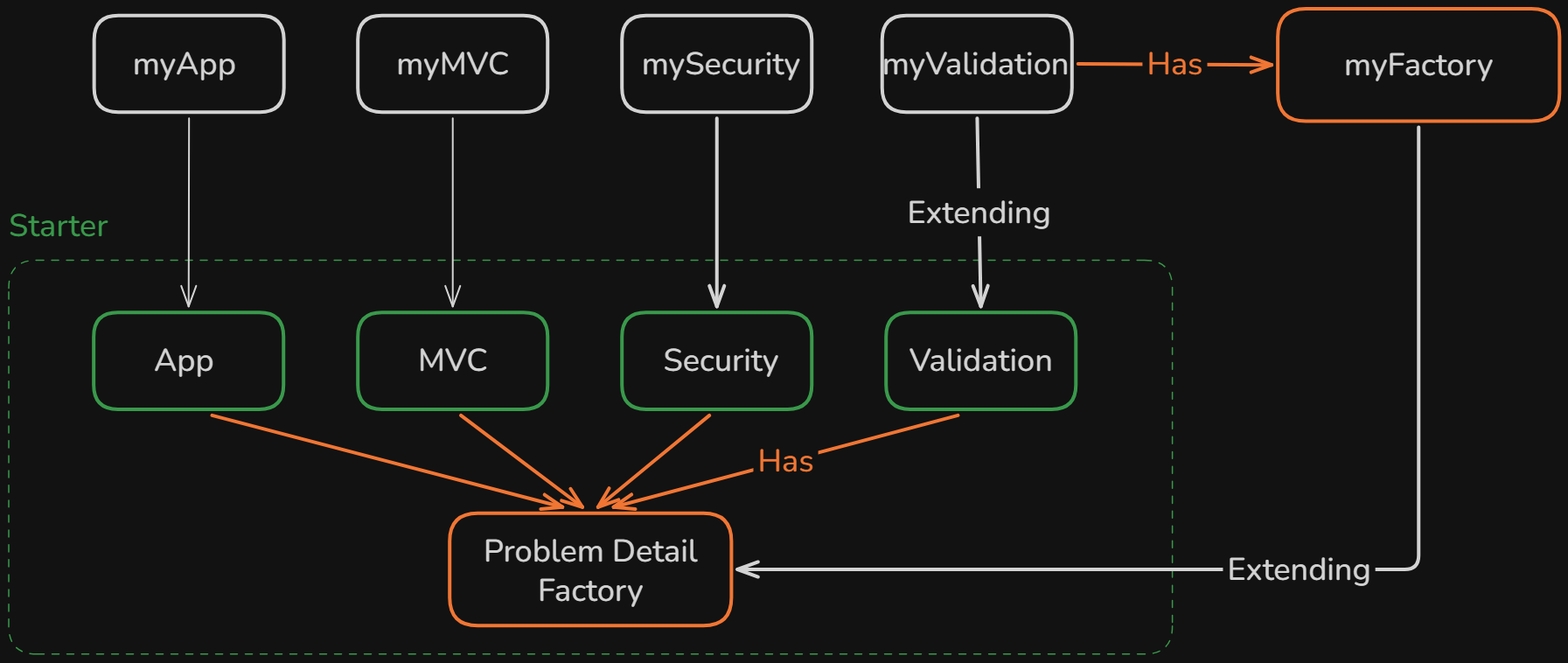
Earlier version of the Excalidraw export docs/starter-arch.excalidraw.png (Khinya-Khinev/Exception-Handling-Spring-Boot-Starter). Source tidied: one line per element, renumbered; positions are measured from the earlier drawing's top-left corner, leaving out a move shared by most shapes.
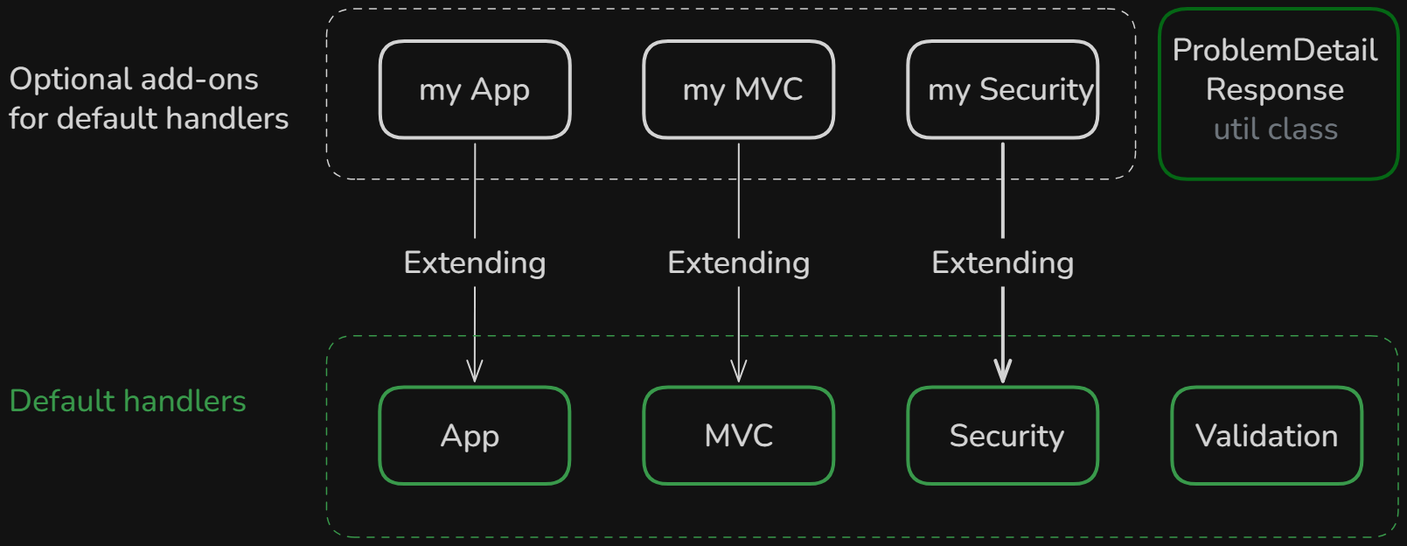
The same diagram one commit later.

Diff of the diagram source:
```diff
@@ -6,31 +6,22 @@
 {"id": 5, "type": "text", "text": "Validation", "strokeColor": "#1e1e1e", "strokeWidth": 4, "roughness": 0, "fontSize": 36, "fontFamily": 6, "x": 1030, "y": 380, "width": 164, "height": 45}
 {"id": 6, "type": "rectangle", "strokeColor": "#2f9e44", "strokeWidth": 4, "roughness": 0, "round": true, "x": 97, "y": 347, "width": 217, "height": 111}
 {"id": 7, "type": "text", "text": "App", "strokeColor": "#1e1e1e", "strokeWidth": 4, "roughness": 0, "fontSize": 36, "fontFamily": 6, "x": 166, "y": 380, "width": 69, "height": 45}
-{"id": 8, "type": "rectangle", "strokeColor": "#e8590c", "strokeWidth": 4, "roughness": 0, "round": true, "x": 504, "y": 577, "width": 322, "height": 128}
+{"id": 8, "type": "rectangle", "strokeColor": "#69db7c", "strokeWidth": 4, "roughness": 0, "round": true, "x": 989, "y": -85, "width": 273, "height": 195}
-{"id": 9, "type": "text", "text": "Problem Detail\nFactory", "strokeColor": "#1e1e1e", "strokeWidth": 4, "roughness": 0, "fontSize": 36, "fontFamily": 6, "textAlign": "center", "x": 543, "y": 597, "width": 245, "height": 90}
+{"id": 9, "type": "text", "text": "ProblemDetail\nResponse", "strokeColor": "#1e1e1e", "strokeWidth": 4, "roughness": 0, "fontSize": 36, "fontFamily": 6, "textAlign": "center", "x": 1003, "y": -60, "width": 235, "height": 90}
-{"id": 10, "type": "rectangle", "strokeColor": "#2f9e44", "strokeWidth": 1, "strokeStyle": "dashed", "roughness": 0, "round": true, "x": 0, "y": 287, "width": 1331, "height": 450}
-{"id": 11, "type": "text", "text": "Starter", "strokeColor": "#2f9e44", "strokeWidth": 4, "strokeStyle": "dashed", "roughness": 0, "fontSize": 36, "fontFamily": 6, "textAlign": "center", "x": 0, "y": 226, "width": 113, "height": 45}
-{"id": 12, "type": "rectangle", "strokeColor": "#1e1e1e", "strokeWidth": 4, "roughness": 0, "round": true, "x": 399, "y": 8, "width": 217, "height": 111}
+{"id": 12, "type": "rectangle", "strokeColor": "#1e1e1e", "strokeWidth": 4, "roughness": 0, "round": true, "x": 399, "y": -48, "width": 217, "height": 111}
-{"id": 13, "type": "text", "text": "myMVC", "strokeColor": "#1e1e1e", "strokeWidth": 4, "roughness": 0, "fontSize": 36, "fontFamily": 6, "x": 443, "y": 40, "width": 129, "height": 45}
+{"id": 13, "type": "text", "text": "my MVC", "strokeColor": "#1e1e1e", "strokeWidth": 4, "roughness": 0, "fontSize": 36, "fontFamily": 6, "x": 443, "y": -15, "width": 138, "height": 45}
-{"id": 14, "type": "rectangle", "strokeColor": "#1e1e1e", "strokeWidth": 4, "roughness": 0, "round": true, "x": 701, "y": 8, "width": 217, "height": 111}
+{"id": 14, "type": "rectangle", "strokeColor": "#1e1e1e", "strokeWidth": 4, "roughness": 0, "round": true, "x": 701, "y": -48, "width": 217, "height": 111}
-{"id": 15, "type": "text", "text": " mySecurity", "strokeColor": "#1e1e1e", "strokeWidth": 4, "roughness": 0, "fontSize": 36, "fontFamily": 6, "x": 714, "y": 40, "width": 191, "height": 45}
+{"id": 15, "type": "text", "text": " my Security", "strokeColor": "#1e1e1e", "strokeWidth": 4, "roughness": 0, "fontSize": 36, "fontFamily": 6, "x": 714, "y": -15, "width": 200, "height": 45}
-{"id": 16, "type": "rectangle", "strokeColor": "#1e1e1e", "strokeWidth": 4, "roughness": 0, "round": true, "x": 999, "y": 8, "width": 217, "height": 111}
-{"id": 17, "type": "text", "text": "myValidation", "strokeColor": "#1e1e1e", "strokeWidth": 4, "roughness": 0, "fontSize": 36, "fontFamily": 6, "x": 999, "y": 40, "width": 214, "height": 45}
-{"id": 18, "type": "arrow", "strokeColor": "#1e1e1e", "strokeWidth": 2, "roughness": 0, "endArrowhead": "arrow", "round": true, "from": 12, "to": 0, "x": 508, "y": 125, "width": 0, "height": 215, "points": [[0, 0], [0, 215]]}
+{"id": 18, "type": "arrow", "strokeColor": "#1e1e1e", "strokeWidth": 2, "roughness": 0, "endArrowhead": "arrow", "round": true, "from": 12, "to": 0, "x": 508, "y": 69, "width": 0, "height": 271, "points": [[0, 0], [0, 271]]}
+{"id": 36, "type": "text", "text": "Extending", "strokeColor": "#1e1e1e", "strokeWidth": 1, "strokeStyle": "dashed", "roughness": 0, "fontSize": 36, "fontFamily": 6, "textAlign": "center", "verticalAlign": "middle", "inside": 18, "x": 426, "y": 182, "width": 164, "height": 45}
-{"id": 19, "type": "arrow", "strokeColor": "#1e1e1e", "strokeWidth": 4, "roughness": 0, "endArrowhead": "arrow", "round": true, "from": 14, "to": 2, "x": 810, "y": 125, "width": 0, "height": 215, "points": [[0, 0], [0, 215]]}
+{"id": 19, "type": "arrow", "strokeColor": "#1e1e1e", "strokeWidth": 4, "roughness": 0, "endArrowhead": "arrow", "round": true, "from": 14, "to": 2, "x": 810, "y": 69, "width": 0, "height": 271, "points": [[0, 0], [0, 271]]}
-{"id": 20, "type": "arrow", "strokeColor": "#1e1e1e", "strokeWidth": 4, "roughness": 0, "endArrowhead": "arrow", "round": true, "from": 16, "to": 4, "x": 1107, "y": 125, "width": 4, "height": 215, "points": [[0, 0], [4, 215]]}
-{"id": 21, "type": "text", "text": "Extending", "strokeColor": "#1e1e1e", "strokeWidth": 4, "roughness": 0, "fontSize": 36, "fontFamily": 6, "textAlign": "center", "verticalAlign": "middle", "inside": 20, "x": 1027, "y": 210, "width": 164, "height": 45}
-{"id": 22, "type": "arrow", "strokeColor": "#e8590c", "strokeWidth": 4, "roughness": 0, "endArrowhead": "arrow", "round": true, "from": 0, "to": 8, "x": 517, "y": 465, "width": 139, "height": 105, "points": [[0, 0], [139, 105]]}
-{"id": 23, "type": "arrow", "strokeColor": "#e8590c", "strokeWidth": 4, "roughness": 0, "endArrowhead": "arrow", "round": true, "from": 2, "to": 8, "x": 801, "y": 465, "width": 127, "height": 105, "points": [[0, 0], [-127, 105]]}
-{"id": 24, "type": "arrow", "strokeColor": "#e8590c", "strokeWidth": 4, "roughness": 0, "endArrowhead": "arrow", "round": true, "from": 4, "to": 8, "x": 1085, "y": 465, "width": 394, "height": 105, "points": [[0, 0], [-394, 105]]}
-{"id": 25, "type": "text", "text": "Has", "strokeColor": "#e8590c", "strokeWidth": 4, "roughness": 0, "fontSize": 36, "fontFamily": 6, "textAlign": "center", "verticalAlign": "middle", "inside": 24, "x": 857, "y": 496, "width": 64, "height": 45}
-{"id": 26, "type": "arrow", "strokeColor": "#e8590c", "strokeWidth": 4, "roughness": 0, "endArrowhead": "arrow", "round": true, "from": 6, "to": 8, "x": 232, "y": 465, "width": 401, "height": 105, "points": [[0, 0], [401, 105]]}
-{"id": 27, "type": "rectangle", "strokeColor": "#e8590c", "strokeWidth": 4, "roughness": 0, "round": true, "x": 1451, "y": 0, "width": 322, "height": 128}
-{"id": 28, "type": "text", "text": "myFactory", "strokeColor": "#1e1e1e", "strokeWidth": 4, "roughness": 0, "fontSize": 36, "fontFamily": 6, "textAlign": "center", "x": 1527, "y": 42, "width": 170, "height": 45}
+{"id": 37, "type": "text", "text": "Extending", "strokeColor": "#1e1e1e", "strokeWidth": 1, "strokeStyle": "dashed", "roughness": 0, "fontSize": 36, "fontFamily": 6, "textAlign": "center", "verticalAlign": "middle", "inside": 19, "x": 728, "y": 182, "width": 164, "height": 45}
-{"id": 29, "type": "rectangle", "strokeColor": "#1e1e1e", "strokeWidth": 4, "roughness": 0, "round": true, "x": 98, "y": 8, "width": 217, "height": 111}
+{"id": 29, "type": "rectangle", "strokeColor": "#1e1e1e", "strokeWidth": 4, "roughness": 0, "round": true, "x": 98, "y": -48, "width": 217, "height": 111}
-{"id": 30, "type": "text", "text": "myApp", "strokeColor": "#1e1e1e", "strokeWidth": 4, "roughness": 0, "fontSize": 36, "fontFamily": 6, "x": 142, "y": 40, "width": 118, "height": 45}
+{"id": 30, "type": "text", "text": "my App", "strokeColor": "#1e1e1e", "strokeWidth": 4, "roughness": 0, "fontSize": 36, "fontFamily": 6, "x": 142, "y": -15, "width": 127, "height": 45}
-{"id": 31, "type": "arrow", "strokeColor": "#1e1e1e", "strokeWidth": 2, "roughness": 0, "endArrowhead": "arrow", "round": true, "from": 29, "to": 6, "x": 206, "y": 125, "width": 0, "height": 215, "points": [[0, 0], [0, 215]]}
+{"id": 31, "type": "arrow", "strokeColor": "#1e1e1e", "strokeWidth": 2, "roughness": 0, "endArrowhead": "arrow", "round": true, "from": 29, "to": 6, "x": 206, "y": 69, "width": 0, "height": 271, "points": [[0, 0], [0, 271]]}
-{"id": 32, "type": "arrow", "strokeColor": "#e8590c", "strokeWidth": 4, "roughness": 0, "endArrowhead": "arrow", "from": 16, "to": 27, "x": 1223, "y": 63, "width": 221, "height": 1, "points": [[0, 0], [221, 1]]}
-{"id": 33, "type": "text", "text": "Has", "strokeColor": "#e8590c", "strokeWidth": 4, "roughness": 0, "fontSize": 36, "fontFamily": 6, "textAlign": "center", "verticalAlign": "middle", "inside": 32, "x": 1303, "y": 36, "width": 64, "height": 45}
-{"id": 34, "type": "arrow", "strokeColor": "#1e1e1e", "strokeWidth": 4, "roughness": 0, "endArrowhead": "arrow", "from": 27, "to": 8, "x": 1612, "y": 135, "width": 779, "height": 506, "points": [[0, 0], [0, 506], [-779, 506]]}
-{"id": 35, "type": "text", "text": "Extending", "strokeColor": "#1e1e1e", "strokeWidth": 4, "roughness": 0, "fontSize": 36, "fontFamily": 6, "textAlign": "center", "verticalAlign": "middle", "inside": 34, "x": 1437, "y": 269, "width": 164, "height": 45}
+{"id": 38, "type": "text", "text": "Extending", "strokeColor": "#1e1e1e", "strokeWidth": 1, "strokeStyle": "dashed", "roughness": 0, "fontSize": 36, "fontFamily": 6, "textAlign": "center", "verticalAlign": "middle", "inside": 31, "x": 124, "y": 182, "width": 164, "height": 45}
+{"id": 39, "type": "text", "text": "util class", "strokeColor": "#868e96", "strokeWidth": 1, "strokeStyle": "dashed", "roughness": 0, "fontSize": 36, "fontFamily": 6, "textAlign": "center", "x": 1050, "y": 30, "width": 144, "height": 45}
+{"id": 40, "type": "rectangle", "strokeColor": "#2f9e44", "strokeWidth": 1, "strokeStyle": "dashed", "roughness": 0, "round": true, "x": 36, "y": 288, "width": 1226, "height": 230}
+{"id": 41, "type": "text", "text": "Default handlers", "strokeColor": "#2f9e44", "strokeWidth": 1, "strokeStyle": "dashed", "roughness": 0, "fontSize": 36, "fontFamily": 6, "x": -327, "y": 340, "width": 272, "height": 45}
+{"id": 42, "type": "rectangle", "strokeColor": "#1e1e1e", "strokeWidth": 1, "strokeStyle": "dashed", "roughness": 0, "round": true, "x": 36, "y": -85, "width": 925, "height": 195}
+{"id": 43, "type": "text", "text": "Optional add-ons\nfor default handlers", "strokeColor": "#1e1e1e", "strokeWidth": 1, "strokeStyle": "dashed", "roughness": 0, "fontSize": 36, "fontFamily": 6, "x": -327, "y": -28, "width": 321, "height": 90}
```
